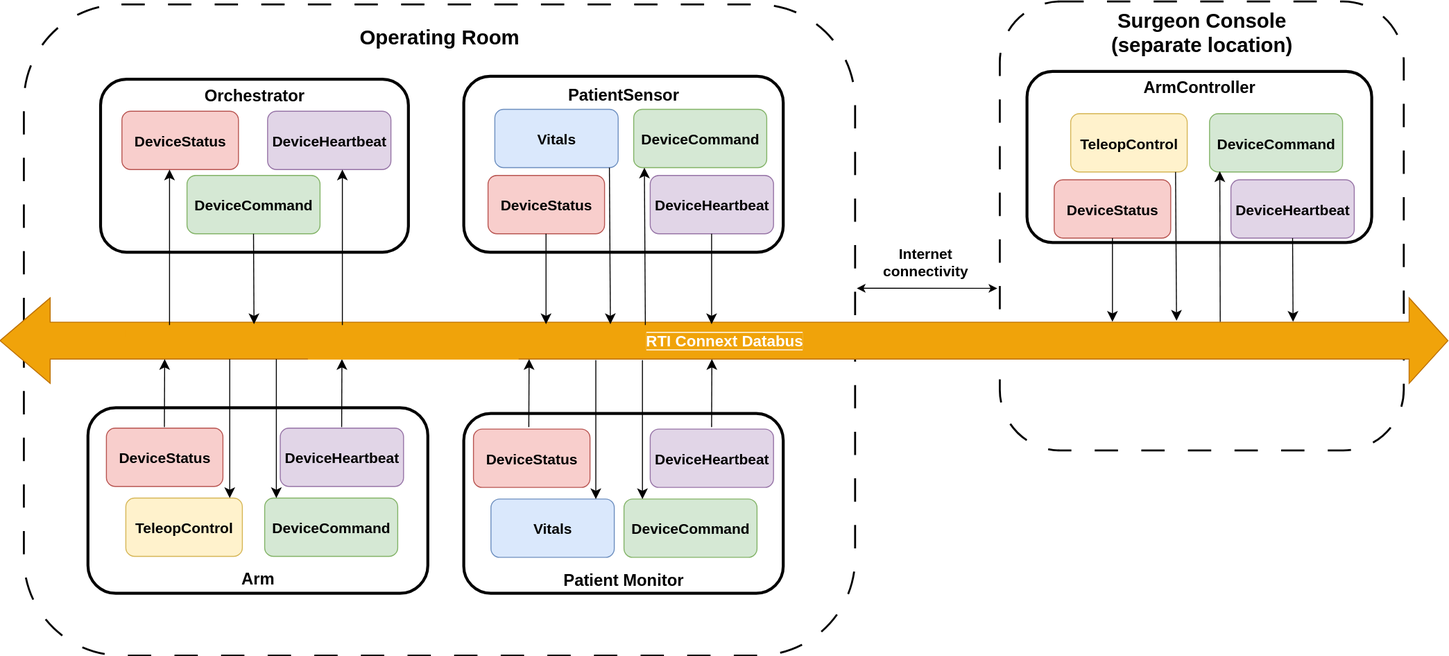
Before: resource/images/module-03-diagram-teleoperation.svg, a diagram exported from draw.io (rticommunity/rticonnextdds-medtech-reference-architecture). Source tidied: cells renumbered, new cells last; positions are measured from the earlier drawing's top-left corner, leaving out a move shared by most shapes.
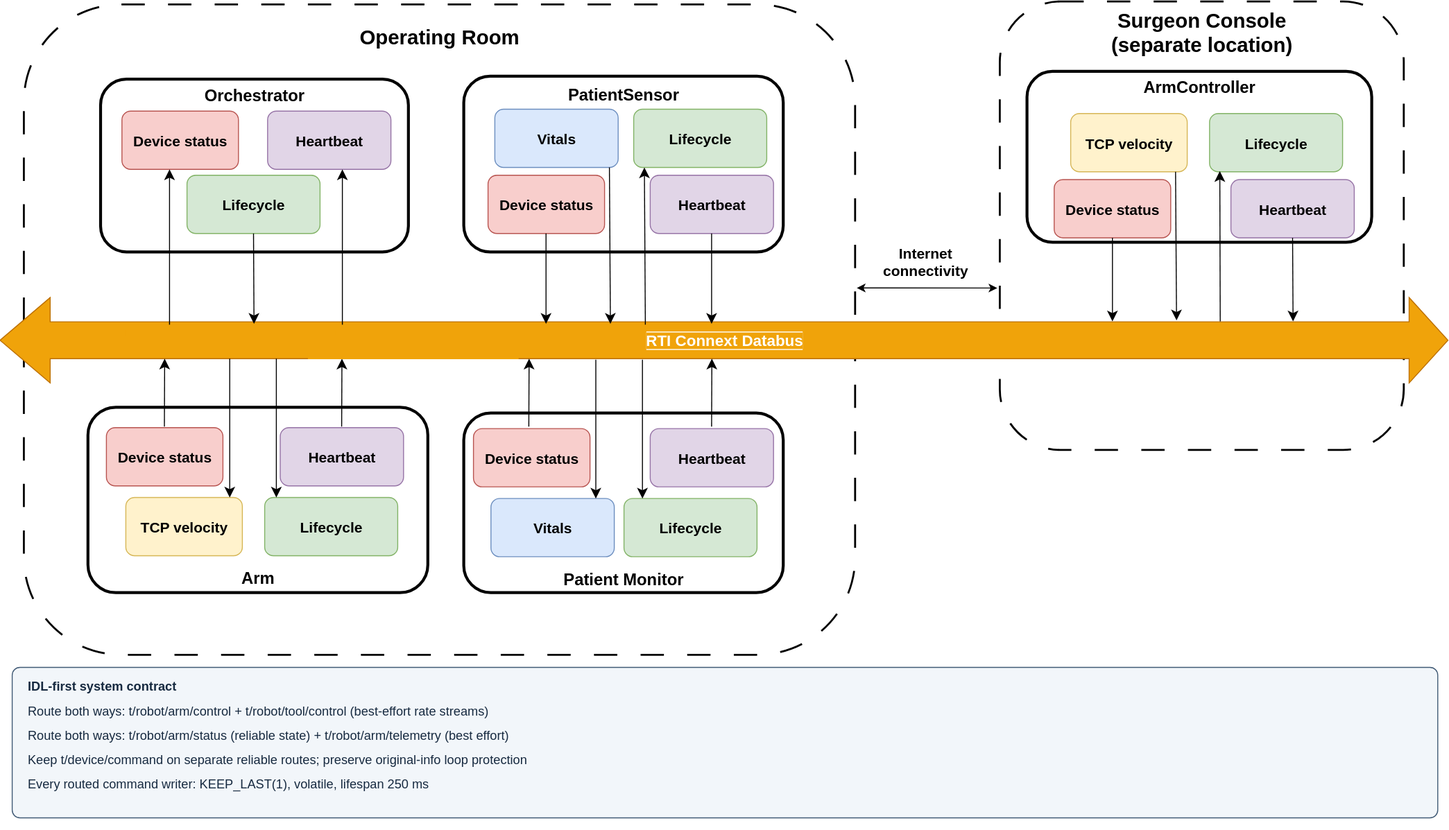
Above is the later version.

The edit, as a diff of the source:
```diff
@@ -26,49 +26,49 @@
         <mxPoint x="1492" y="349" as="targetPoint" />
       </mxGeometry>
     </mxCell>
-    <mxCell id="9" value="&lt;b&gt;&lt;font style=&quot;font-size: 15px;&quot;&gt;DeviceStatus&lt;/font&gt;&lt;/b&gt;" style="rounded=1;whiteSpace=wrap;html=1;fillColor=#f8cecc;strokeColor=#b85450;" parent="1" vertex="1">
+    <mxCell id="9" value="&lt;b&gt;&lt;font style=&quot;font-size: 15px;&quot;&gt;Device status&lt;/font&gt;&lt;/b&gt;" style="rounded=1;whiteSpace=wrap;html=1;fillColor=#f8cecc;strokeColor=#b85450;" parent="1" vertex="1">
       <mxGeometry x="110" y="439" width="120" height="60" as="geometry" />
     </mxCell>
-    <mxCell id="10" value="&lt;b&gt;&lt;font style=&quot;font-size: 15px;&quot;&gt;DeviceHeartbeat&lt;/font&gt;&lt;/b&gt;" style="rounded=1;whiteSpace=wrap;html=1;fillColor=#e1d5e7;strokeColor=#9673a6;" parent="1" vertex="1">
+    <mxCell id="10" value="&lt;b&gt;&lt;font style=&quot;font-size: 15px;&quot;&gt;Heartbeat&lt;/font&gt;&lt;/b&gt;" style="rounded=1;whiteSpace=wrap;html=1;fillColor=#e1d5e7;strokeColor=#9673a6;" parent="1" vertex="1">
       <mxGeometry x="289" y="439" width="127" height="60" as="geometry" />
     </mxCell>
-    <mxCell id="11" value="&lt;b&gt;&lt;font style=&quot;font-size: 15px;&quot;&gt;TeleopControl&lt;/font&gt;&lt;/b&gt;" style="rounded=1;whiteSpace=wrap;html=1;fillColor=#fff2cc;strokeColor=#d6b656;" parent="1" vertex="1">
+    <mxCell id="11" value="&lt;b&gt;&lt;font style=&quot;font-size: 15px;&quot;&gt;TCP velocity&lt;/font&gt;&lt;/b&gt;" style="rounded=1;whiteSpace=wrap;html=1;fillColor=#fff2cc;strokeColor=#d6b656;" parent="1" vertex="1">
       <mxGeometry x="130" y="511" width="120" height="60" as="geometry" />
     </mxCell>
-    <mxCell id="12" value="&lt;b&gt;&lt;font style=&quot;font-size: 15px;&quot;&gt;DeviceCommand&lt;/font&gt;&lt;/b&gt;" style="rounded=1;whiteSpace=wrap;html=1;fillColor=#d5e8d4;strokeColor=#82b366;" parent="1" vertex="1">
+    <mxCell id="12" value="&lt;b&gt;&lt;font style=&quot;font-size: 15px;&quot;&gt;Lifecycle&lt;/font&gt;&lt;/b&gt;" style="rounded=1;whiteSpace=wrap;html=1;fillColor=#d5e8d4;strokeColor=#82b366;" parent="1" vertex="1">
       <mxGeometry x="273" y="511" width="137" height="60" as="geometry" />
     </mxCell>
-    <mxCell id="13" value="&lt;b&gt;&lt;font style=&quot;font-size: 15px;&quot;&gt;DeviceCommand&lt;/font&gt;&lt;/b&gt;" style="rounded=1;whiteSpace=wrap;html=1;fillColor=#d5e8d4;strokeColor=#82b366;" parent="1" vertex="1">
+    <mxCell id="13" value="&lt;b&gt;&lt;font style=&quot;font-size: 15px;&quot;&gt;Lifecycle&lt;/font&gt;&lt;/b&gt;" style="rounded=1;whiteSpace=wrap;html=1;fillColor=#d5e8d4;strokeColor=#82b366;" parent="1" vertex="1">
       <mxGeometry x="193" y="179" width="137" height="60" as="geometry" />
     </mxCell>
-    <mxCell id="14" value="&lt;b&gt;&lt;font style=&quot;font-size: 15px;&quot;&gt;DeviceStatus&lt;/font&gt;&lt;/b&gt;" style="rounded=1;whiteSpace=wrap;html=1;fillColor=#f8cecc;strokeColor=#b85450;" parent="1" vertex="1">
+    <mxCell id="14" value="&lt;b&gt;&lt;font style=&quot;font-size: 15px;&quot;&gt;Device status&lt;/font&gt;&lt;/b&gt;" style="rounded=1;whiteSpace=wrap;html=1;fillColor=#f8cecc;strokeColor=#b85450;" parent="1" vertex="1">
       <mxGeometry x="126" y="113" width="120" height="60" as="geometry" />
     </mxCell>
-    <mxCell id="15" value="&lt;b&gt;&lt;font style=&quot;font-size: 15px;&quot;&gt;DeviceHeartbeat&lt;/font&gt;&lt;/b&gt;" style="rounded=1;whiteSpace=wrap;html=1;fillColor=#e1d5e7;strokeColor=#9673a6;" parent="1" vertex="1">
+    <mxCell id="15" value="&lt;b&gt;&lt;font style=&quot;font-size: 15px;&quot;&gt;Heartbeat&lt;/font&gt;&lt;/b&gt;" style="rounded=1;whiteSpace=wrap;html=1;fillColor=#e1d5e7;strokeColor=#9673a6;" parent="1" vertex="1">
       <mxGeometry x="276" y="113" width="127" height="60" as="geometry" />
     </mxCell>
-    <mxCell id="16" value="&lt;b&gt;&lt;font style=&quot;font-size: 15px;&quot;&gt;DeviceStatus&lt;/font&gt;&lt;/b&gt;" style="rounded=1;whiteSpace=wrap;html=1;fillColor=#f8cecc;strokeColor=#b85450;" parent="1" vertex="1">
+    <mxCell id="16" value="&lt;b&gt;&lt;font style=&quot;font-size: 15px;&quot;&gt;Device status&lt;/font&gt;&lt;/b&gt;" style="rounded=1;whiteSpace=wrap;html=1;fillColor=#f8cecc;strokeColor=#b85450;" parent="1" vertex="1">
       <mxGeometry x="503" y="179" width="120" height="60" as="geometry" />
     </mxCell>
-    <mxCell id="17" value="&lt;b&gt;&lt;font style=&quot;font-size: 15px;&quot;&gt;DeviceHeartbeat&lt;/font&gt;&lt;/b&gt;" style="rounded=1;whiteSpace=wrap;html=1;fillColor=#e1d5e7;strokeColor=#9673a6;" parent="1" vertex="1">
+    <mxCell id="17" value="&lt;b&gt;&lt;font style=&quot;font-size: 15px;&quot;&gt;Heartbeat&lt;/font&gt;&lt;/b&gt;" style="rounded=1;whiteSpace=wrap;html=1;fillColor=#e1d5e7;strokeColor=#9673a6;" parent="1" vertex="1">
       <mxGeometry x="670" y="179" width="127" height="60" as="geometry" />
     </mxCell>
     <mxCell id="18" value="&lt;b&gt;&lt;font style=&quot;font-size: 15px;&quot;&gt;Vitals&lt;/font&gt;&lt;/b&gt;" style="rounded=1;whiteSpace=wrap;html=1;fillColor=#dae8fc;strokeColor=#6c8ebf;" parent="1" vertex="1">
       <mxGeometry x="510" y="111" width="127" height="60" as="geometry" />
     </mxCell>
-    <mxCell id="19" value="&lt;b&gt;&lt;font style=&quot;font-size: 15px;&quot;&gt;DeviceCommand&lt;/font&gt;&lt;/b&gt;" style="rounded=1;whiteSpace=wrap;html=1;fillColor=#d5e8d4;strokeColor=#82b366;" parent="1" vertex="1">
+    <mxCell id="19" value="&lt;b&gt;&lt;font style=&quot;font-size: 15px;&quot;&gt;Lifecycle&lt;/font&gt;&lt;/b&gt;" style="rounded=1;whiteSpace=wrap;html=1;fillColor=#d5e8d4;strokeColor=#82b366;" parent="1" vertex="1">
       <mxGeometry x="653" y="111" width="137" height="60" as="geometry" />
     </mxCell>
-    <mxCell id="20" value="&lt;b&gt;&lt;font style=&quot;font-size: 15px;&quot;&gt;DeviceStatus&lt;/font&gt;&lt;/b&gt;" style="rounded=1;whiteSpace=wrap;html=1;fillColor=#f8cecc;strokeColor=#b85450;" parent="1" vertex="1">
+    <mxCell id="20" value="&lt;b&gt;&lt;font style=&quot;font-size: 15px;&quot;&gt;Device status&lt;/font&gt;&lt;/b&gt;" style="rounded=1;whiteSpace=wrap;html=1;fillColor=#f8cecc;strokeColor=#b85450;" parent="1" vertex="1">
       <mxGeometry x="488" y="440" width="120" height="60" as="geometry" />
     </mxCell>
-    <mxCell id="21" value="&lt;b&gt;&lt;font style=&quot;font-size: 15px;&quot;&gt;DeviceHeartbeat&lt;/font&gt;&lt;/b&gt;" style="rounded=1;whiteSpace=wrap;html=1;fillColor=#e1d5e7;strokeColor=#9673a6;" parent="1" vertex="1">
+    <mxCell id="21" value="&lt;b&gt;&lt;font style=&quot;font-size: 15px;&quot;&gt;Heartbeat&lt;/font&gt;&lt;/b&gt;" style="rounded=1;whiteSpace=wrap;html=1;fillColor=#e1d5e7;strokeColor=#9673a6;" parent="1" vertex="1">
       <mxGeometry x="670" y="440" width="127" height="60" as="geometry" />
     </mxCell>
     <mxCell id="22" value="&lt;b&gt;&lt;font style=&quot;font-size: 15px;&quot;&gt;Vitals&lt;/font&gt;&lt;/b&gt;" style="rounded=1;whiteSpace=wrap;html=1;fillColor=#dae8fc;strokeColor=#6c8ebf;" parent="1" vertex="1">
       <mxGeometry x="506" y="512" width="127" height="60" as="geometry" />
     </mxCell>
-    <mxCell id="23" value="&lt;b&gt;&lt;font style=&quot;font-size: 15px;&quot;&gt;DeviceCommand&lt;/font&gt;&lt;/b&gt;" style="rounded=1;whiteSpace=wrap;html=1;fillColor=#d5e8d4;strokeColor=#82b366;" parent="1" vertex="1">
+    <mxCell id="23" value="&lt;b&gt;&lt;font style=&quot;font-size: 15px;&quot;&gt;Lifecycle&lt;/font&gt;&lt;/b&gt;" style="rounded=1;whiteSpace=wrap;html=1;fillColor=#d5e8d4;strokeColor=#82b366;" parent="1" vertex="1">
       <mxGeometry x="643" y="512" width="137" height="60" as="geometry" />
     </mxCell>
     <mxCell id="24" style="endArrow=classic;html=1;rounded=0;fontSize=12;startSize=8;endSize=8;exitX=0.5;exitY=1;exitDx=0;exitDy=0;" parent="1" edge="1" source="13">
@@ -169,16 +169,16 @@
     <mxCell id="41" value="&lt;b&gt;&lt;font style=&quot;font-size: 17px;&quot;&gt;ArmController&lt;br&gt;&lt;br&gt;&lt;br&gt;&lt;br&gt;&lt;br&gt;&lt;br&gt;&lt;br&gt;&lt;br&gt;&lt;/font&gt;&lt;/b&gt;" style="rounded=1;whiteSpace=wrap;html=1;strokeWidth=3;" parent="1" vertex="1">
       <mxGeometry x="1058" y="72" width="355" height="176" as="geometry" />
     </mxCell>
-    <mxCell id="42" value="&lt;b&gt;&lt;font style=&quot;font-size: 15px;&quot;&gt;DeviceStatus&lt;/font&gt;&lt;/b&gt;" style="rounded=1;whiteSpace=wrap;html=1;fillColor=#f8cecc;strokeColor=#b85450;" parent="1" vertex="1">
+    <mxCell id="42" value="&lt;b&gt;&lt;font style=&quot;font-size: 15px;&quot;&gt;Device status&lt;/font&gt;&lt;/b&gt;" style="rounded=1;whiteSpace=wrap;html=1;fillColor=#f8cecc;strokeColor=#b85450;" parent="1" vertex="1">
       <mxGeometry x="1086" y="183.5" width="120" height="60" as="geometry" />
     </mxCell>
-    <mxCell id="43" value="&lt;b&gt;&lt;font style=&quot;font-size: 15px;&quot;&gt;DeviceHeartbeat&lt;/font&gt;&lt;/b&gt;" style="rounded=1;whiteSpace=wrap;html=1;fillColor=#e1d5e7;strokeColor=#9673a6;" parent="1" vertex="1">
+    <mxCell id="43" value="&lt;b&gt;&lt;font style=&quot;font-size: 15px;&quot;&gt;Heartbeat&lt;/font&gt;&lt;/b&gt;" style="rounded=1;whiteSpace=wrap;html=1;fillColor=#e1d5e7;strokeColor=#9673a6;" parent="1" vertex="1">
       <mxGeometry x="1268" y="183.5" width="127" height="60" as="geometry" />
     </mxCell>
-    <mxCell id="44" value="&lt;b&gt;&lt;font style=&quot;font-size: 15px;&quot;&gt;TeleopControl&lt;/font&gt;&lt;/b&gt;" style="rounded=1;whiteSpace=wrap;html=1;fillColor=#fff2cc;strokeColor=#d6b656;" parent="1" vertex="1">
+    <mxCell id="44" value="&lt;b&gt;&lt;font style=&quot;font-size: 15px;&quot;&gt;TCP velocity&lt;/font&gt;&lt;/b&gt;" style="rounded=1;whiteSpace=wrap;html=1;fillColor=#fff2cc;strokeColor=#d6b656;" parent="1" vertex="1">
       <mxGeometry x="1103" y="115.5" width="120" height="60" as="geometry" />
     </mxCell>
-    <mxCell id="45" value="&lt;b&gt;&lt;font style=&quot;font-size: 15px;&quot;&gt;DeviceCommand&lt;/font&gt;&lt;/b&gt;" style="rounded=1;whiteSpace=wrap;html=1;fillColor=#d5e8d4;strokeColor=#82b366;" parent="1" vertex="1">
+    <mxCell id="45" value="&lt;b&gt;&lt;font style=&quot;font-size: 15px;&quot;&gt;Lifecycle&lt;/font&gt;&lt;/b&gt;" style="rounded=1;whiteSpace=wrap;html=1;fillColor=#d5e8d4;strokeColor=#82b366;" parent="1" vertex="1">
       <mxGeometry x="1246" y="115.5" width="137" height="60" as="geometry" />
     </mxCell>
     <mxCell id="46" style="endArrow=classic;html=1;rounded=0;fontSize=12;startSize=8;endSize=8;exitX=0.5;exitY=1;exitDx=0;exitDy=0;" parent="1" edge="1" source="42">
@@ -208,5 +208,8 @@
     <mxCell id="51" value="&lt;font style=&quot;font-size: 15px;&quot;&gt;&lt;b style=&quot;&quot;&gt;Internet&lt;/b&gt;&lt;/font&gt;&lt;div&gt;&lt;font style=&quot;font-size: 15px;&quot;&gt;&lt;b style=&quot;&quot;&gt;connectivity&lt;/b&gt;&lt;/font&gt;&lt;/div&gt;" style="text;html=1;align=center;verticalAlign=middle;strokeColor=none;fillColor=none;" parent="1" vertex="1">
       <mxGeometry x="900" y="243.5" width="106" height="48" as="geometry" />
     </mxCell>
+    <mxCell id="52" value="&lt;b&gt;IDL-first system contract&lt;/b&gt;&lt;br&gt;Route both ways: t/robot/arm/control + t/robot/tool/control (best-effort rate streams)&lt;br&gt;Route both ways: t/robot/arm/status (reliable state) + t/robot/arm/telemetry (best effort)&lt;br&gt;Keep t/device/command on separate reliable routes; preserve original-info loop protection&lt;br&gt;Every routed command writer: KEEP_LAST(1), volatile, lifespan 250 ms" style="rounded=1;whiteSpace=wrap;html=1;align=left;spacing=12;fillColor=#ffffff;strokeColor=#405a75;" parent="1" vertex="1">
+      <mxGeometry x="459" y="697" width="1460" height="150" as="geometry" />
+    </mxCell>
   </root>
 </mxGraphModel>
```
